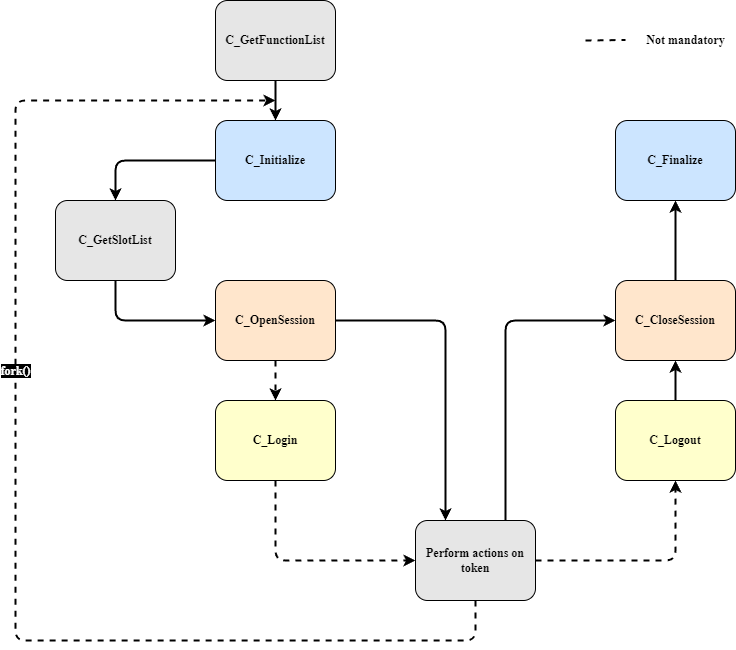
This is standard/ressources/process_flow.drawio.png from kmanu225/pkcs11, a draw.io export, as it was before one commit. Source tidied: cells renumbered, new cells last; positions are measured from the earlier drawing's top-left corner, leaving out a move shared by most shapes.
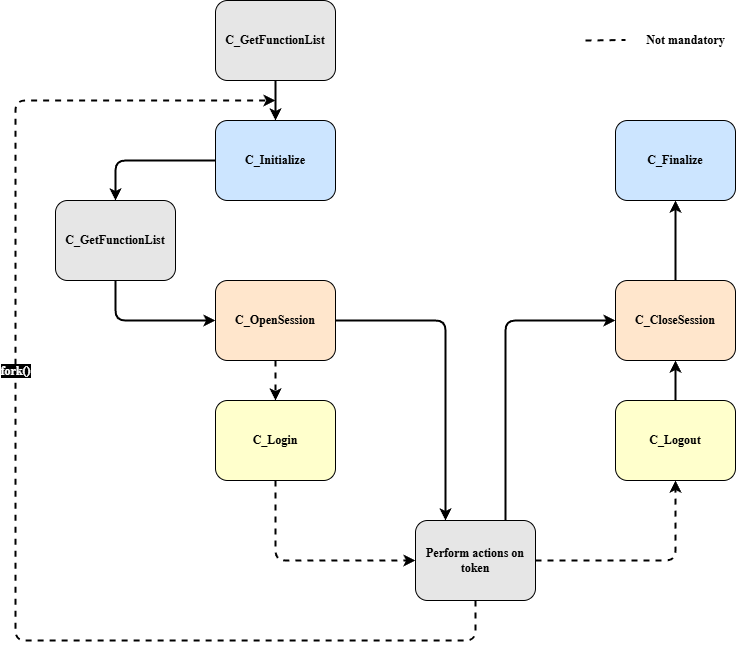
After the change.

Commit message:
correct process flow

Change to the diagram source:
```diff
@@ -21,7 +21,7 @@
         </Array>
       </mxGeometry>
     </mxCell>
-    <mxCell id="7" value="C_GetSlotList" style="rounded=1;whiteSpace=wrap;html=1;fillColor=light-dark(#E6E6E6,#000000);fontStyle=1;fontSize=12;fontFamily=Times New Roman;" parent="1" vertex="1">
+    <mxCell id="7" value="C_GetFunctionList" style="rounded=1;whiteSpace=wrap;html=1;fillColor=light-dark(#E6E6E6,#000000);fontStyle=1;fontSize=12;fontFamily=Times New Roman;" parent="1" vertex="1">
       <mxGeometry x="40" y="200" width="120" height="80" as="geometry" />
     </mxCell>
     <mxCell id="8" value="C_Finalize" style="rounded=1;whiteSpace=wrap;html=1;fillColor=light-dark(#CCE5FF,var(--ge-dark-color, #121212));fontStyle=1;fontSize=12;fontFamily=Times New Roman;" parent="1" vertex="1">
```
